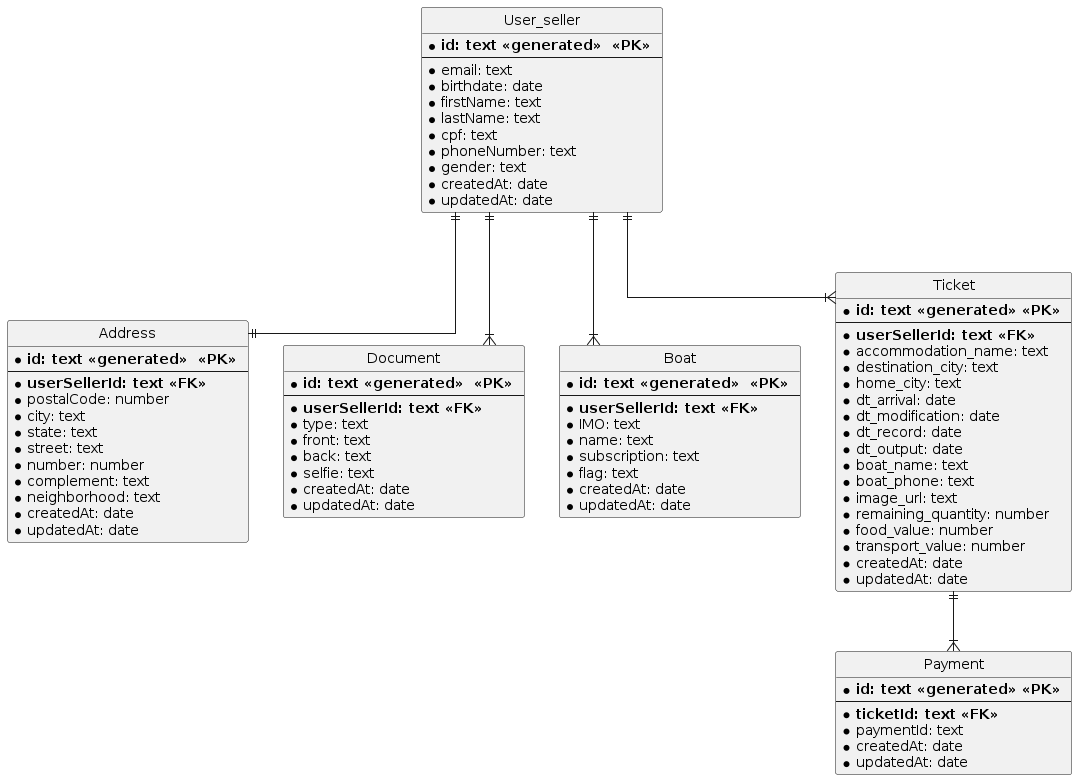
The PlantUML diagram docs/MER-diagram/unknow-ER.png in LucianoAjs/ticketsam, before a commit. The source it was exported from:
```plantuml
@startuml

hide circle
skinparam linetype ortho

entity "User_seller" as userSeller {
    * **id: text <<generated>>  <<PK>> **
    --
    *email: text
    *birthdate: date
    *firstName: text
    *lastName: text
    *cpf: text
    *phoneNumber: text
    *gender: text
    *createdAt: date
    *updatedAt: date
}


entity "Address" as address {
    * **id: text <<generated>>  <<PK>> **
    --
    * **userSellerId: text <<FK>> **
    *postalCode: number
    *city: text
    *state: text
    *street: text
    *number: number
    *complement: text
    *neighborhood: text
    *createdAt: date
    *updatedAt: date
}

entity "Document" as document {
    * **id: text <<generated>>  <<PK>> **
    --
    * **userSellerId: text <<FK>> **
    *type: text
    *front: text
    *back: text
    *selfie: text
    *createdAt: date
    *updatedAt: date
}

entity "Boat" as boat {
    * **id: text <<generated>>  <<PK>> **
    --
    * **userSellerId: text <<FK>> **
    *IMO: text
    *name: text
    *subscription: text
    *flag: text
    *createdAt: date
    *updatedAt: date
}

entity "Ticket" as ticket {
    * **id: text <<generated>> <<PK>> **
    --
    * **userSellerId: text <<FK>> **
    *accommodation_name: text
    *destination_city: text
    *home_city: text
    *dt_arrival: date
    *dt_modification: date
    *dt_record: date
    *dt_output: date
    *boat_name: text
    *boat_phone: text
    *image_url: text
    *remaining_quantity: number
    *food_value: number
    *transport_value: number
    *createdAt: date
    *updatedAt: date
}

entity "Payment" as payment {
    * **id: text <<generated>> <<PK>> **
    --
    * **ticketId: text <<FK>> **
    *paymentId: text
    *createdAt: date
    *updatedAt: date
}


userSeller ||--|| address
userSeller ||--|{ boat
userSeller ||--|{ ticket
userSeller ||--|{ document
ticket ||--|{ payment


@enduml
```
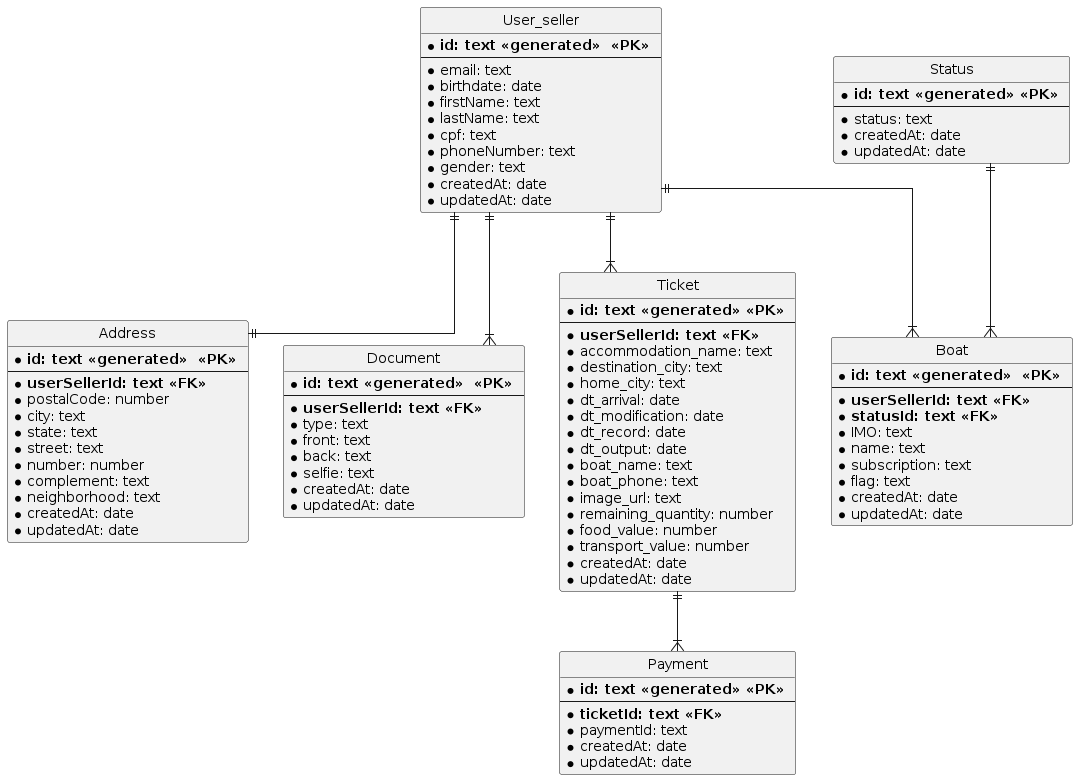
The same file after the commit.

Change to the diagram source:
```diff
@@ -49,10 +49,20 @@
     * **id: text <<generated>>  <<PK>> **
     --
     * **userSellerId: text <<FK>> **
+    * **statusId: text <<FK>> **
     *IMO: text
     *name: text
     *subscription: text
     *flag: text
+    *createdAt: date
+    *updatedAt: date
+}
+
+
+entity "Status" as status {
+    * **id: text <<generated>> <<PK>> **
+    --
+    *status: text
     *createdAt: date
     *updatedAt: date
 }
@@ -87,12 +97,11 @@
     *updatedAt: date
 }
 
-
 userSeller ||--|| address
 userSeller ||--|{ boat
 userSeller ||--|{ ticket
 userSeller ||--|{ document
 ticket ||--|{ payment
-
+status ||--|{ boat
 
 @enduml
```
